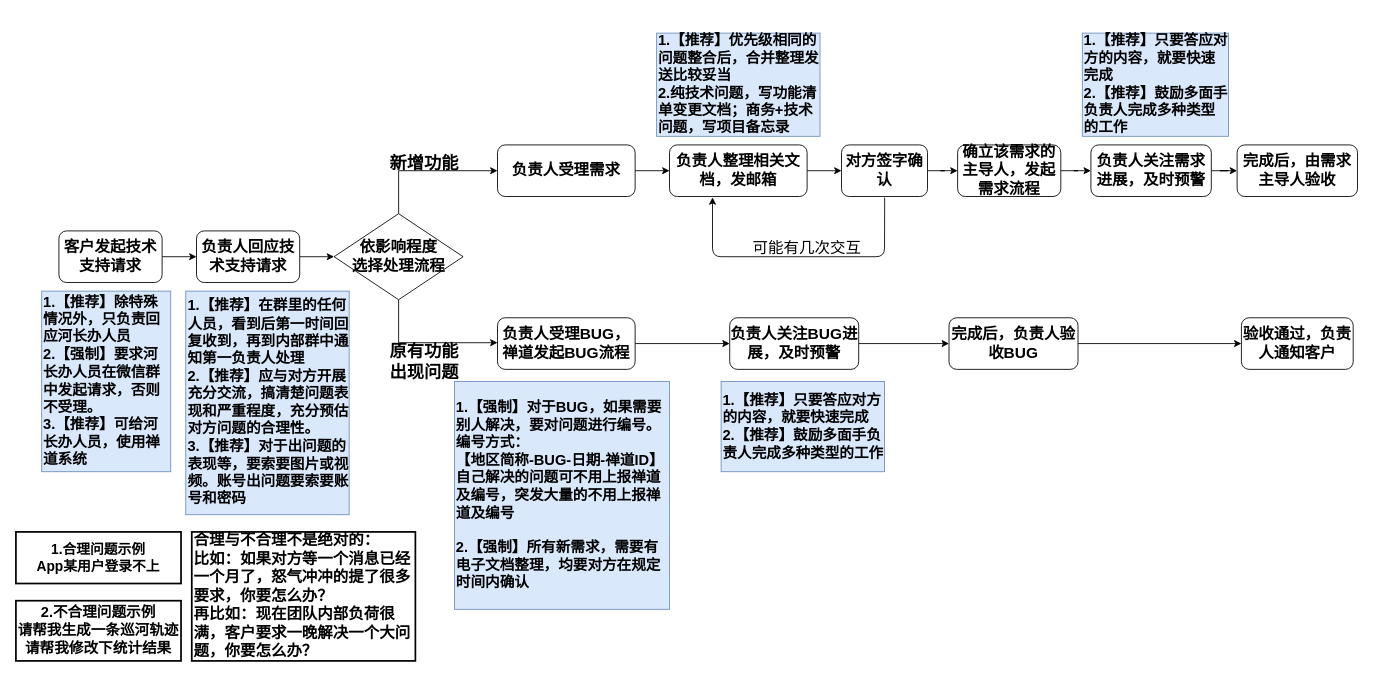
Earlier version of the draw.io diagram Untitled Diagram.drawio (chbambooshoot/digram). Source tidied: cells renumbered, new cells numbered last; positions are measured from the earlier drawing's top-left corner, leaving out a move shared by most shapes. Both pictures are drawn from the tidied source at 86%, with x=0, y=0 at pixel (15, 33).
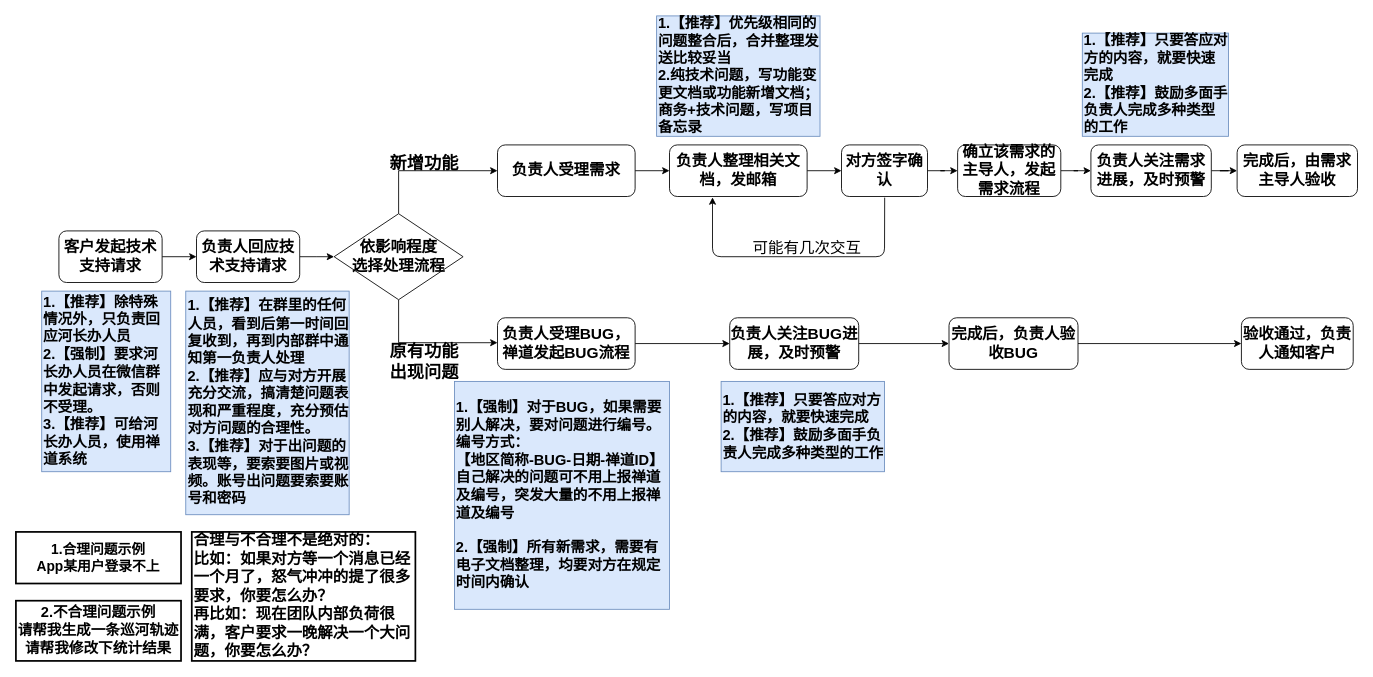
Above is the later version.

Change to the diagram source:
```diff
@@
-    <mxCell id="37" value="&lt;font style=&quot;font-size: 17px&quot;&gt;1.【推荐】优先级相同的问题整合后，合并整理发送比较妥当&lt;br&gt;2.纯技术问题，写功能清单变更文档；商务+技术问题，写项目备忘录&lt;br&gt;&lt;/font&gt;" style="rounded=0;whiteSpace=wrap;html=1;align=left;fillColor=#dae8fc;strokeColor=#6c8ebf;fontStyle=1;" parent="1" vertex="1">
-      <mxGeometry x="745" width="190" height="120" as="geometry" />
+    <mxCell id="37" value="&lt;font style=&quot;font-size: 17px&quot;&gt;1.【推荐】优先级相同的问题整合后，合并整理发送比较妥当&lt;br&gt;2.纯技术问题，写功能变更文档或功能新增文档；商务+技术问题，写项目备忘录&lt;br&gt;&lt;/font&gt;" style="rounded=0;whiteSpace=wrap;html=1;align=left;fillColor=#dae8fc;strokeColor=#6c8ebf;fontStyle=1;" parent="1" vertex="1">
+      <mxGeometry x="745" y="-20" width="190" height="140" as="geometry" />
     </mxCell>
```
